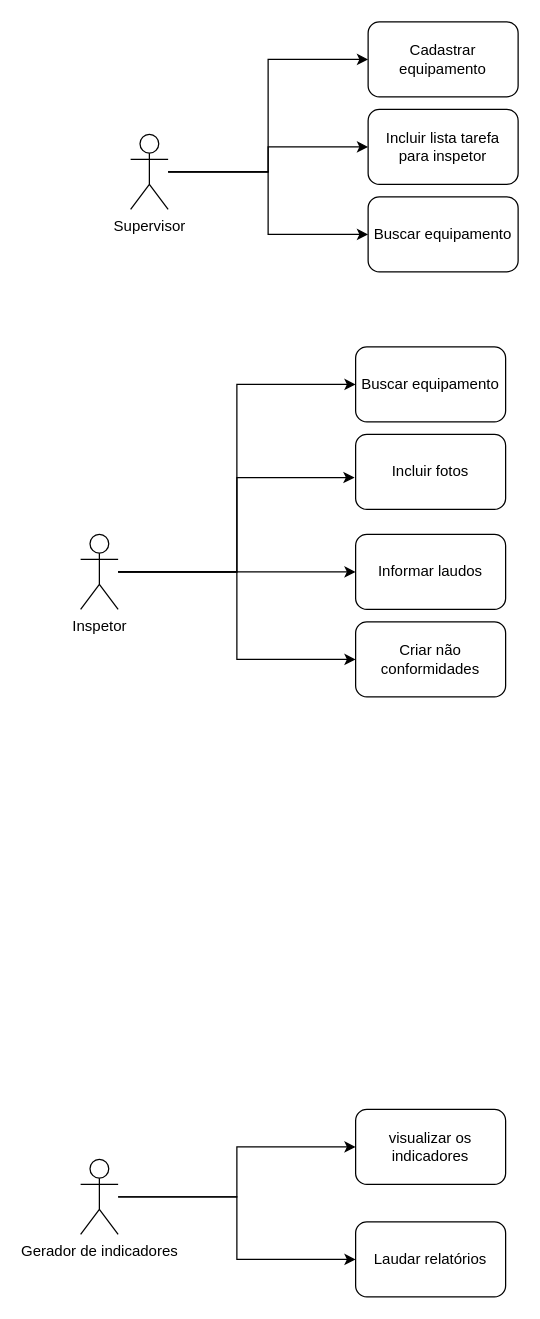
Earlier version of the draw.io diagram page "Caso de uso" (4 of 6) of Inspecao.drawio (fpspeixoto/Diagramas). Source tidied: cells renumbered, new cells numbered last; positions are measured from the earlier drawing's top-left corner, leaving out a move shared by most shapes. Both pictures are drawn from the tidied source at 125%, with x=0, y=0 at pixel (80, 21).
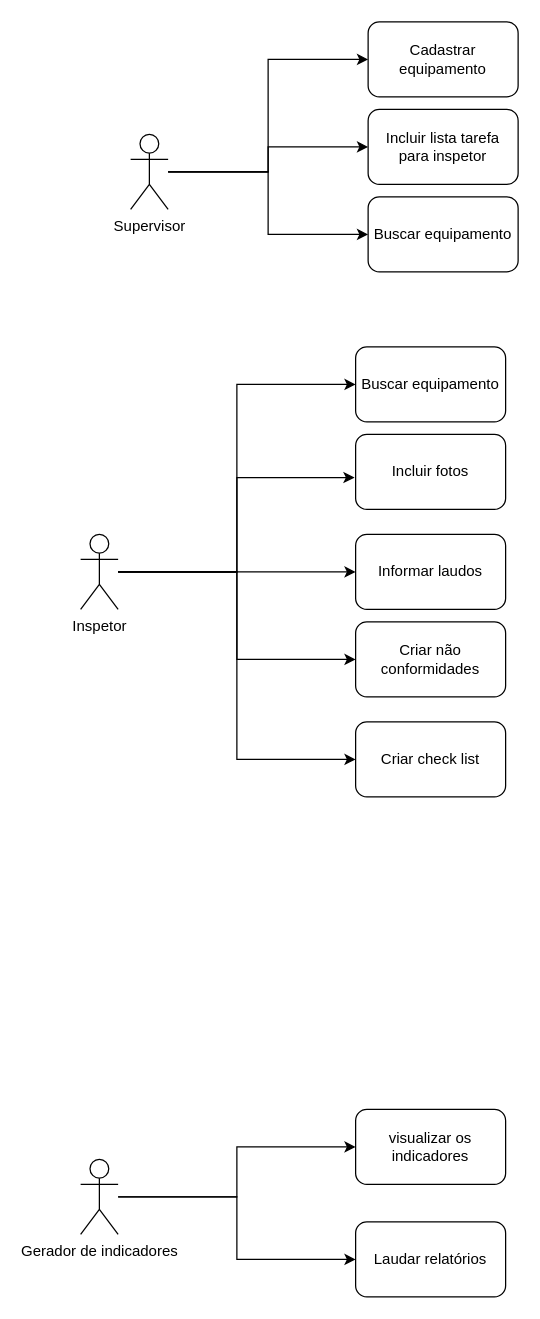
After the change.

Unchanged cells that the change refers to:
```xml
<mxCell id="6" value="Inspetor" style="shape=umlActor;verticalLabelPosition=bottom;verticalAlign=top;html=1;outlineConnect=0;" parent="1" vertex="1">
  <mxGeometry y="410" width="30" height="60" as="geometry" />
</mxCell>
```

What changed in the source:
```diff
@@
+    <mxCell id="23" style="edgeStyle=orthogonalEdgeStyle;rounded=0;jettySize=auto;html=1;entryX=0;entryY=0.5;entryDx=0;entryDy=0;" parent="1" edge="1" source="6" target="24">
+      <mxGeometry relative="1" as="geometry" />
+    </mxCell>
@@
+    <mxCell id="24" value="Criar check list" style="rounded=1;whiteSpace=wrap;html=1;" parent="1" vertex="1">
+      <mxGeometry x="220" y="560" width="120" height="60" as="geometry" />
+    </mxCell>
```
